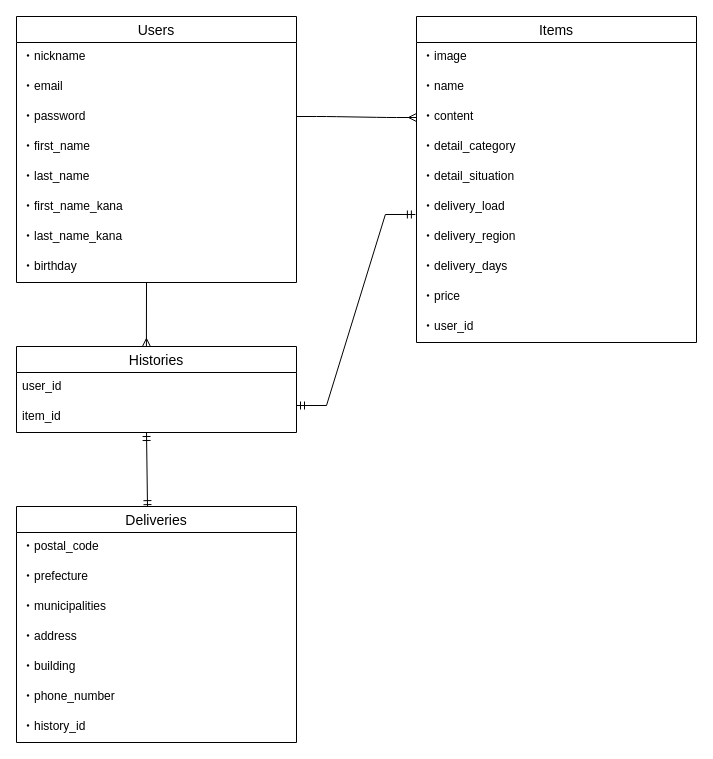
Earlier version of the draw.io diagram furima.dio (do07tk/furima-39076). Source tidied: cells renumbered, new cells numbered last; positions are measured from the earlier drawing's top-left corner, leaving out a move shared by most shapes. Both pictures are drawn from the tidied source at 100%, with x=0, y=0 at pixel (16, 16).
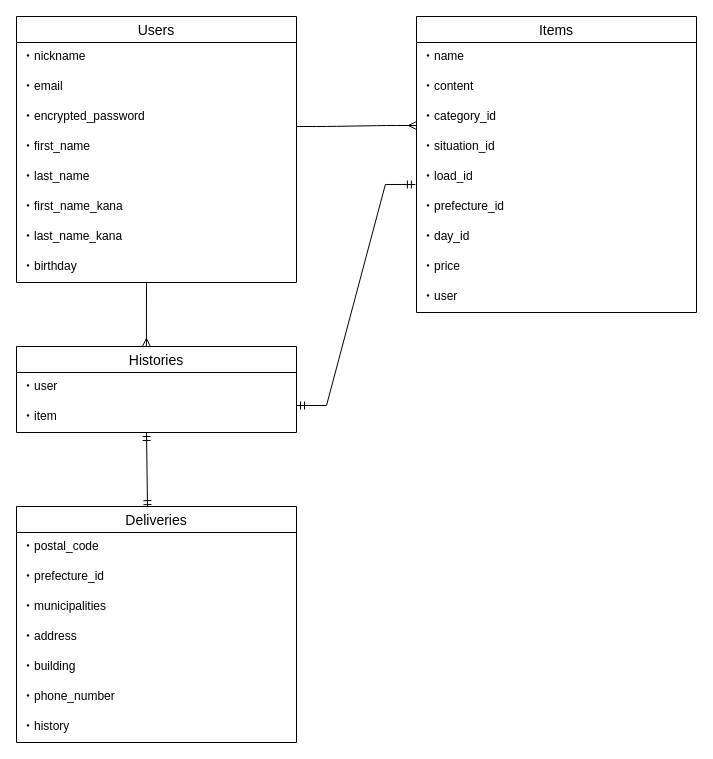
The same page after the edit.

Commit message (it also covers changes not shown here):
README修正、Assosiation追記３

Unchanged cells that the change refers to:
```xml
<mxCell id="2" value="Users" style="swimlane;fontStyle=0;horizontal=1;startSize=26;align=center;fontSize=14;" parent="1" vertex="1">
  <mxGeometry width="280" height="266" as="geometry" />
</mxCell>
<mxCell id="23" value="Histories" style="swimlane;fontStyle=0;horizontal=1;startSize=26;align=center;fontSize=14;" parent="1" vertex="1">
  <mxGeometry y="330" width="280" height="86" as="geometry" />
</mxCell>
<mxCell id="29" value="Deliveries" style="swimlane;fontStyle=0;horizontal=1;startSize=26;align=center;fontSize=14;" parent="1" vertex="1">
  <mxGeometry y="490" width="280" height="236" as="geometry" />
</mxCell>
```

Diff of the diagram source:
```diff
@@
-    <mxCell id="5" value="・password" style="text;strokeColor=none;fillColor=none;spacingLeft=4;spacingRight=4;overflow=hidden;points=[[0,0.5],[1,0.5]];portConstraint=eastwest;fontSize=12;" parent="2" vertex="1">
+    <mxCell id="5" value="・encrypted_password" style="text;strokeColor=none;fillColor=none;spacingLeft=4;spacingRight=4;overflow=hidden;points=[[0,0.5],[1,0.5]];portConstraint=eastwest;fontSize=12;" parent="2" vertex="1">
       <mxGeometry y="86" width="280" height="30" as="geometry" />
     </mxCell>
@@
     <mxCell id="11" value="Items" style="swimlane;fontStyle=0;horizontal=1;startSize=26;align=center;fontSize=14;" parent="1" vertex="1">
-      <mxGeometry x="400" width="280" height="326" as="geometry" />
+      <mxGeometry x="400" width="280" height="296" as="geometry" />
     </mxCell>
-    <mxCell id="12" value="・image" style="text;strokeColor=none;fillColor=none;spacingLeft=4;spacingRight=4;overflow=hidden;fontSize=12;" parent="11" vertex="1">
-      <mxGeometry y="26" width="280" height="30" as="geometry" />
-    </mxCell>
     <mxCell id="13" value="・name" style="text;strokeColor=none;fillColor=none;spacingLeft=4;spacingRight=4;overflow=hidden;fontSize=12;" parent="11" vertex="1">
-      <mxGeometry y="56" width="280" height="30" as="geometry" />
+      <mxGeometry y="26" width="280" height="30" as="geometry" />
     </mxCell>
     <mxCell id="14" value="・content" style="text;strokeColor=none;fillColor=none;spacingLeft=4;spacingRight=4;overflow=hidden;points=[[0,0.5],[1,0.5]];portConstraint=eastwest;fontSize=12;" parent="11" vertex="1">
-      <mxGeometry y="86" width="280" height="30" as="geometry" />
+      <mxGeometry y="56" width="280" height="30" as="geometry" />
     </mxCell>
-    <mxCell id="15" value="・detail_category" style="text;strokeColor=none;fillColor=none;spacingLeft=4;spacingRight=4;overflow=hidden;fontSize=12;" parent="11" vertex="1">
-      <mxGeometry y="116" width="280" height="30" as="geometry" />
+    <mxCell id="15" value="・category_id" style="text;strokeColor=none;fillColor=none;spacingLeft=4;spacingRight=4;overflow=hidden;fontSize=12;" parent="11" vertex="1">
+      <mxGeometry y="86" width="280" height="30" as="geometry" />
     </mxCell>
-    <mxCell id="16" value="・detail_situation" style="text;strokeColor=none;fillColor=none;spacingLeft=4;spacingRight=4;overflow=hidden;fontSize=12;" parent="11" vertex="1">
-      <mxGeometry y="146" width="280" height="30" as="geometry" />
+    <mxCell id="16" value="・situation_id" style="text;strokeColor=none;fillColor=none;spacingLeft=4;spacingRight=4;overflow=hidden;fontSize=12;" parent="11" vertex="1">
+      <mxGeometry y="116" width="280" height="30" as="geometry" />
     </mxCell>
-    <mxCell id="17" value="・delivery_load" style="text;strokeColor=none;fillColor=none;spacingLeft=4;spacingRight=4;overflow=hidden;points=[[0,0.5],[1,0.5]];portConstraint=eastwest;fontSize=12;" parent="11" vertex="1">
-      <mxGeometry y="176" width="280" height="30" as="geometry" />
+    <mxCell id="17" value="・load_id" style="text;strokeColor=none;fillColor=none;spacingLeft=4;spacingRight=4;overflow=hidden;points=[[0,0.5],[1,0.5]];portConstraint=eastwest;fontSize=12;" parent="11" vertex="1">
+      <mxGeometry y="146" width="280" height="30" as="geometry" />
     </mxCell>
-    <mxCell id="18" value="・delivery_region" style="text;strokeColor=none;fillColor=none;spacingLeft=4;spacingRight=4;overflow=hidden;fontSize=12;" parent="11" vertex="1">
-      <mxGeometry y="206" width="280" height="30" as="geometry" />
+    <mxCell id="18" value="・prefecture_id" style="text;strokeColor=none;fillColor=none;spacingLeft=4;spacingRight=4;overflow=hidden;fontSize=12;" parent="11" vertex="1">
+      <mxGeometry y="176" width="280" height="30" as="geometry" />
     </mxCell>
-    <mxCell id="19" value="・delivery_days" style="text;strokeColor=none;fillColor=none;spacingLeft=4;spacingRight=4;overflow=hidden;fontSize=12;" parent="11" vertex="1">
-      <mxGeometry y="236" width="280" height="30" as="geometry" />
+    <mxCell id="19" value="・day_id" style="text;strokeColor=none;fillColor=none;spacingLeft=4;spacingRight=4;overflow=hidden;fontSize=12;" parent="11" vertex="1">
+      <mxGeometry y="206" width="280" height="30" as="geometry" />
     </mxCell>
     <mxCell id="20" value="・price" style="text;strokeColor=none;fillColor=none;spacingLeft=4;spacingRight=4;overflow=hidden;fontSize=12;" parent="11" vertex="1">
-      <mxGeometry y="266" width="280" height="30" as="geometry" />
+      <mxGeometry y="236" width="280" height="30" as="geometry" />
     </mxCell>
-    <mxCell id="21" value="・user_id" style="text;strokeColor=none;fillColor=none;spacingLeft=4;spacingRight=4;overflow=hidden;fontSize=12;" parent="11" vertex="1">
-      <mxGeometry y="296" width="280" height="30" as="geometry" />
-    </mxCell>
-    <mxCell id="22" style="edgeStyle=entityRelationEdgeStyle;fontSize=12;html=1;endArrow=ERmany;entryX=0;entryY=0.5;entryDx=0;entryDy=0;" parent="1" edge="1" target="14">
-      <mxGeometry relative="1" as="geometry">
-        <mxPoint x="280" y="100" as="sourcePoint" />
-      </mxGeometry>
-    </mxCell>
+    <mxCell id="37" value="・user" style="text;strokeColor=none;fillColor=none;spacingLeft=4;spacingRight=4;overflow=hidden;fontSize=12;" parent="11" vertex="1">
+      <mxGeometry y="266" width="280" height="30" as="geometry" />
+    </mxCell>
@@
-    <mxCell id="25" value="user_id" style="text;strokeColor=none;fillColor=none;spacingLeft=4;spacingRight=4;overflow=hidden;points=[[0,0.5],[1,0.5]];portConstraint=eastwest;fontSize=12;" parent="23" vertex="1">
+    <mxCell id="25" value="・user" style="text;strokeColor=none;fillColor=none;spacingLeft=4;spacingRight=4;overflow=hidden;points=[[0,0.5],[1,0.5]];portConstraint=eastwest;fontSize=12;" parent="23" vertex="1">
       <mxGeometry y="26" width="280" height="30" as="geometry" />
     </mxCell>
-    <mxCell id="26" value="item_id" style="text;strokeColor=none;fillColor=none;spacingLeft=4;spacingRight=4;overflow=hidden;fontSize=12;" parent="23" vertex="1">
+    <mxCell id="26" value="・item" style="text;strokeColor=none;fillColor=none;spacingLeft=4;spacingRight=4;overflow=hidden;fontSize=12;" parent="23" vertex="1">
       <mxGeometry y="56" width="280" height="30" as="geometry" />
     </mxCell>
@@
-    <mxCell id="31" value="・prefecture" style="text;strokeColor=none;fillColor=none;spacingLeft=4;spacingRight=4;overflow=hidden;fontSize=12;" parent="29" vertex="1">
+    <mxCell id="31" value="・prefecture_id" style="text;strokeColor=none;fillColor=none;spacingLeft=4;spacingRight=4;overflow=hidden;fontSize=12;" parent="29" vertex="1">
       <mxGeometry y="56" width="280" height="30" as="geometry" />
     </mxCell>
@@
-    <mxCell id="36" value="・history_id" style="text;strokeColor=none;fillColor=none;spacingLeft=4;spacingRight=4;overflow=hidden;fontSize=12;" parent="29" vertex="1">
+    <mxCell id="36" value="・history" style="text;strokeColor=none;fillColor=none;spacingLeft=4;spacingRight=4;overflow=hidden;fontSize=12;" parent="29" vertex="1">
       <mxGeometry y="206" width="280" height="30" as="geometry" />
     </mxCell>
+    <mxCell id="38" style="edgeStyle=entityRelationEdgeStyle;fontSize=12;html=1;endArrow=ERmany;exitX=1;exitY=0.8;exitDx=0;exitDy=0;exitPerimeter=0;" parent="1" edge="1" source="5">
+      <mxGeometry relative="1" as="geometry">
+        <mxPoint x="400" y="109" as="targetPoint" />
+      </mxGeometry>
+    </mxCell>
```
